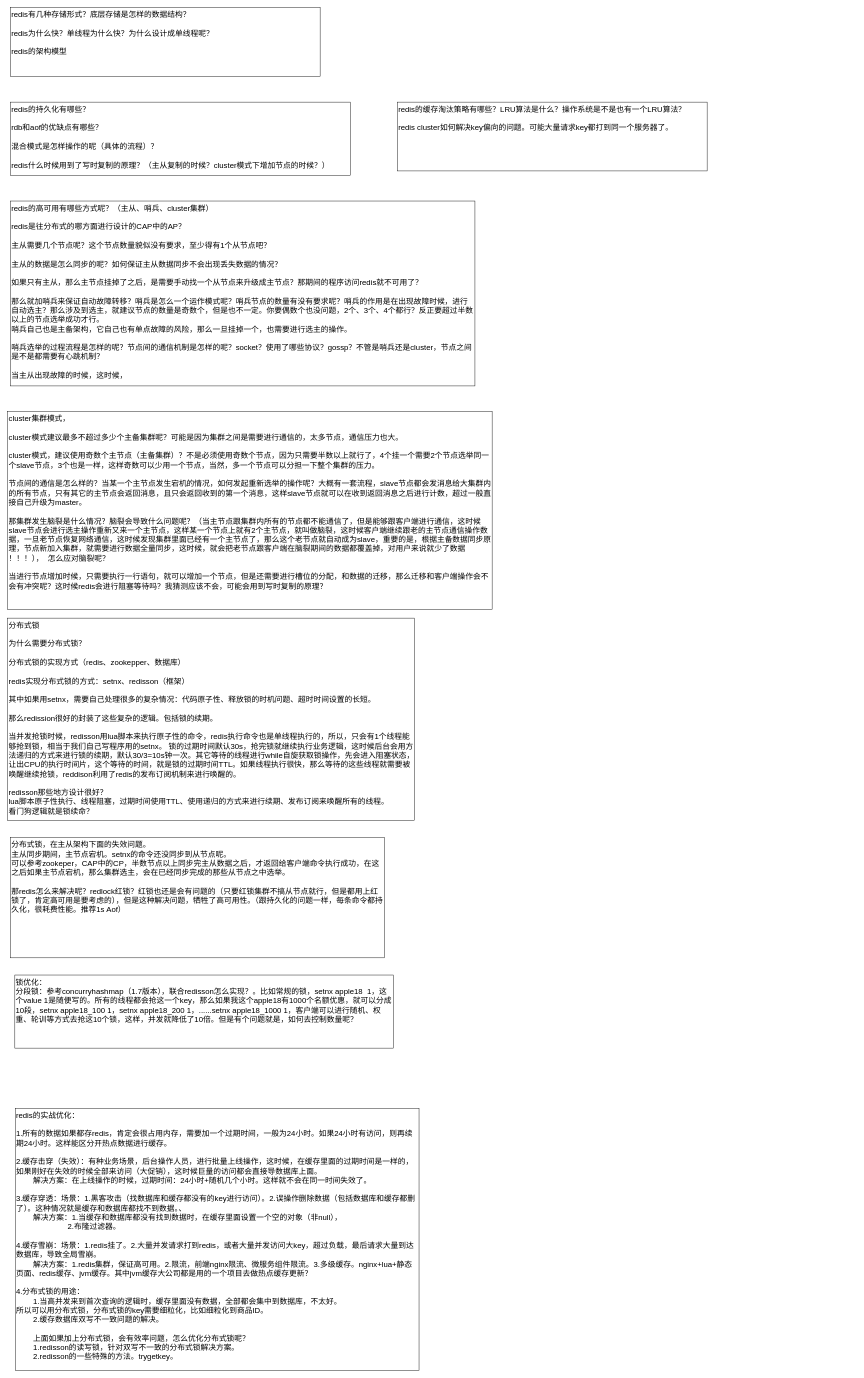
Earlier version of the draw.io diagram JAVA/Redis.drawio (KGwolf/MyDraw). Source tidied: cells renumbered, new cells numbered last; positions are measured from the earlier drawing's top-left corner, leaving out a move shared by most shapes. Both pictures are drawn from the tidied source at 43%, with x=0, y=0 at pixel (8, 7).
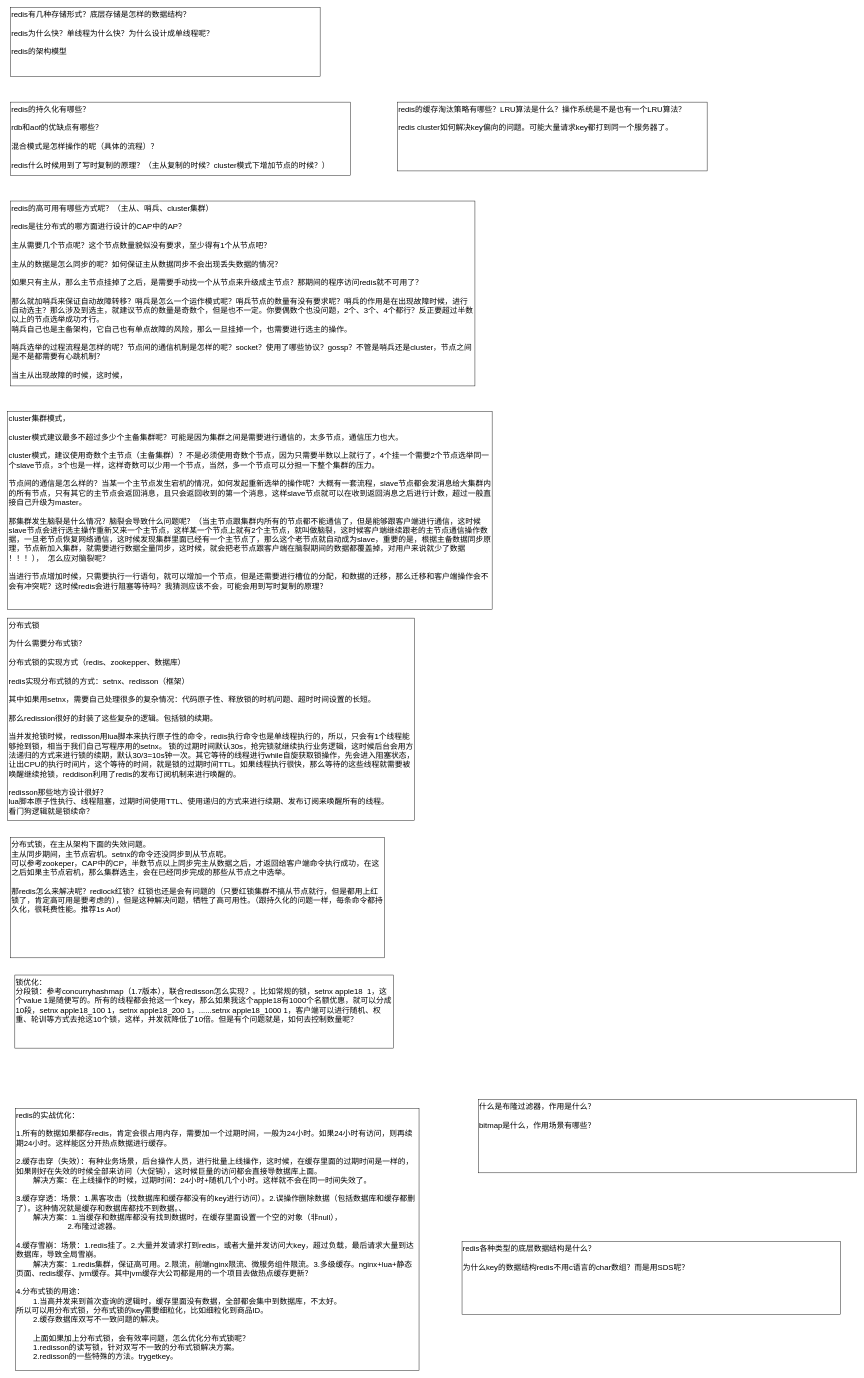
The same diagram, later.

The edit, as a diff of the source:
```diff
@@
 <mxGraphModel>
   <root>
     <mxCell id="0" />
     <mxCell id="1" parent="0" />
     <mxCell id="2" value="redis有几种存储形式？底层存储是怎样的数据结构？&lt;br&gt;&lt;br&gt;redis为什么快？单线程为什么快？为什么设计成单线程呢？&lt;br&gt;&lt;br&gt;redis的架构模型" style="rounded=0;whiteSpace=wrap;html=1;fontSize=18;align=left;verticalAlign=top;" parent="1" vertex="1">
       <mxGeometry x="6" width="720" height="160" as="geometry" />
     </mxCell>
     <mxCell id="3" value="redis的持久化有哪些？&lt;br&gt;&lt;br&gt;rdb和aof的优缺点有哪些？&lt;br&gt;&lt;br&gt;混合模式是怎样操作的呢（具体的流程）？&lt;br&gt;&lt;br&gt;redis什么时候用到了写时复制的原理？（主从复制的时候？cluster模式下增加节点的时候？）" style="rounded=0;whiteSpace=wrap;html=1;fontSize=18;align=left;verticalAlign=top;" parent="1" vertex="1">
       <mxGeometry x="6" y="220" width="790" height="170" as="geometry" />
     </mxCell>
     <mxCell id="4" value="redis的高可用有哪些方式呢？（主从、哨兵、cluster集群）&lt;br&gt;&lt;br&gt;redis是往分布式的哪方面进行设计的CAP中的AP？&lt;br&gt;&lt;br&gt;主从需要几个节点呢？这个节点数量貌似没有要求，至少得有1个从节点吧？&lt;br&gt;&lt;br&gt;主从的数据是怎么同步的呢？如何保证主从数据同步不会出现丢失数据的情况？&lt;br&gt;&lt;br&gt;如果只有主从，那么主节点挂掉了之后，是需要手动找一个从节点来升级成主节点？那期间的程序访问redis就不可用了？&lt;br&gt;&lt;br&gt;那么就加哨兵来保证自动故障转移？哨兵是怎么一个运作模式呢？哨兵节点的数量有没有要求呢？哨兵的作用是在出现故障时候，进行自动选主？那么涉及到选主，就建议节点的数量是奇数个，但是也不一定。你要偶数个也没问题，2个、3个、4个都行？反正要超过半数以上的节点选举成功才行。&lt;br&gt;哨兵自己也是主备架构，它自己也有单点故障的风险，那么一旦挂掉一个，也需要进行选主的操作。&lt;br&gt;&lt;br&gt;哨兵选举的过程流程是怎样的呢？节点间的通信机制是怎样的呢？socket？使用了哪些协议？gossp？不管是哨兵还是cluster，节点之间是不是都需要有心跳机制？&lt;br&gt;&lt;br&gt;当主从出现故障的时候，这时候，" style="rounded=0;whiteSpace=wrap;html=1;fontSize=18;align=left;verticalAlign=top;" parent="1" vertex="1">
       <mxGeometry x="6" y="450" width="1080" height="430" as="geometry" />
     </mxCell>
     <mxCell id="5" value="redis的缓存淘汰策略有哪些？LRU算法是什么？操作系统是不是也有一个LRU算法？&lt;br&gt;&lt;br&gt;redis cluster如何解决key偏向的问题。可能大量请求key都打到同一个服务器了。" style="rounded=0;whiteSpace=wrap;html=1;fontSize=18;align=left;verticalAlign=top;" parent="1" vertex="1">
       <mxGeometry x="906" y="220" width="720" height="160" as="geometry" />
     </mxCell>
     <mxCell id="6" value="cluster集群模式，&lt;br&gt;&lt;br&gt;cluster模式建议最多不超过多少个主备集群呢？可能是因为集群之间是需要进行通信的，太多节点，通信压力也大。&lt;br&gt;&lt;br&gt;cluster模式，建议使用奇数个主节点（主备集群）？不是必须使用奇数个节点，因为只需要半数以上就行了，4个挂一个需要2个节点选举同一个slave节点，3个也是一样，这样奇数可以少用一个节点，当然，多一个节点可以分担一下整个集群的压力。&lt;br&gt;&lt;br&gt;节点间的通信是怎么样的？当某一个主节点发生宕机的情况，如何发起重新选举的操作呢？大概有一套流程，slave节点都会发消息给大集群内的所有节点，只有其它的主节点会返回消息，且只会返回收到的第一个消息，这样slave节点就可以在收到返回消息之后进行计数，超过一般直接自己升级为master。&lt;br&gt;&lt;br&gt;那集群发生脑裂是什么情况？脑裂会导致什么问题呢？（当主节点跟集群内所有的节点都不能通信了，但是能够跟客户端进行通信，这时候slave节点会进行选主操作重新又来一个主节点，这样某一个节点上就有2个主节点，就叫做脑裂，这时候客户端继续跟老的主节点通信操作数据，一旦老节点恢复网络通信，这时候发现集群里面已经有一个主节点了，那么这个老节点就自动成为slave，重要的是，根据主备数据同步原理，节点新加入集群，就需要进行数据全量同步，这时候，就会把老节点跟客户端在脑裂期间的数据都覆盖掉，对用户来说就少了数据&lt;br&gt;！！！），&amp;nbsp; 怎么应对脑裂呢？&lt;br&gt;&lt;br&gt;当进行节点增加时候，只需要执行一行语句，就可以增加一个节点，但是还需要进行槽位的分配，和数据的迁移，那么迁移和客户端操作会不会有冲突呢？这时候redis会进行阻塞等待吗？我猜测应该不会，可能会用到写时复制的原理？" style="rounded=0;whiteSpace=wrap;html=1;fontSize=18;align=left;verticalAlign=top;" parent="1" vertex="1">
       <mxGeometry x="-0.5" y="940" width="1126.5" height="460" as="geometry" />
     </mxCell>
     <mxCell id="7" value="分布式锁&lt;br&gt;&lt;br&gt;为什么需要分布式锁？&lt;br&gt;&lt;br&gt;分布式锁的实现方式（redis、zookepper、数据库）&lt;br&gt;&lt;br&gt;redis实现分布式锁的方式：setnx、redisson（框架）&lt;br&gt;&lt;br&gt;其中如果用setnx，需要自己处理很多的复杂情况：代码原子性、释放锁的时机问题、超时时间设置的长短。&lt;br&gt;&lt;br&gt;那么redission很好的封装了这些复杂的逻辑。包括锁的续期。&lt;br&gt;&lt;br&gt;当并发抢锁时候，redisson用lua脚本来执行原子性的命令，redis执行命令也是单线程执行的，所以，只会有1个线程能够抢到锁，相当于我们自己写程序用的setnx。 锁的过期时间默认30s，抢完锁就继续执行业务逻辑，这时候后台会用方法递归的方式来进行锁的续期，默认30/3=10s钟一次。其它等待的线程进行while自旋获取锁操作，先会进入阻塞状态，让出CPU的执行时间片，这个等待的时间，就是锁的过期时间TTL。如果线程执行很快，那么等待的这些线程就需要被唤醒继续抢锁，reddison利用了redis的发布订阅机制来进行唤醒的。&lt;br&gt;&lt;br&gt;redisson那些地方设计很好？&lt;br&gt;lua脚本原子性执行、线程阻塞，过期时间使用TTL、使用递归的方式来进行续期、发布订阅来唤醒所有的线程。&lt;br&gt;看门狗逻辑就是锁续命？" style="rounded=0;whiteSpace=wrap;html=1;fontSize=18;align=left;verticalAlign=top;" parent="1" vertex="1">
       <mxGeometry x="-0.5" y="1420" width="946.5" height="470" as="geometry" />
     </mxCell>
     <mxCell id="8" value="分布式锁，在主从架构下面的失效问题。&lt;br&gt;主从同步期间，主节点宕机。setnx的命令还没同步到从节点呢。&lt;br&gt;可以参考zookeper，CAP中的CP，半数节点以上同步完主从数据之后，才返回给客户端命令执行成功，在这之后如果主节点宕机，那么集群选主，会在已经同步完成的那些从节点之中选举。&lt;br&gt;&lt;br&gt;那redis怎么来解决呢？redlock红锁？红锁也还是会有问题的（只要红锁集群不搞从节点就行，但是都用上红锁了，肯定高可用是要考虑的），但是这种解决问题，牺牲了高可用性。（跟持久化的问题一样，每条命令都持久化，很耗费性能。推荐1s Aof）" style="rounded=0;whiteSpace=wrap;html=1;fontSize=18;align=left;verticalAlign=top;" parent="1" vertex="1">
       <mxGeometry x="6" y="1930" width="870" height="280" as="geometry" />
     </mxCell>
     <mxCell id="9" value="锁优化：&lt;br&gt;分段锁：参考concurryhashmap（1.7版本），联合redisson怎么实现？。比如常规的锁，setnx apple18&amp;nbsp; 1，这个value 1是随便写的。所有的线程都会抢这一个key，那么如果我这个apple18有1000个名额优惠，就可以分成10段，setnx apple18_100 1，setnx apple18_200 1，......setnx apple18_1000 1，客户端可以进行随机、权重、轮训等方式去抢这10个锁，这样，并发就降低了10倍。但是有个问题就是，如何去控制数量呢？" style="rounded=0;whiteSpace=wrap;html=1;fontSize=18;align=left;verticalAlign=top;" parent="1" vertex="1">
       <mxGeometry x="16" y="2250" width="880" height="170" as="geometry" />
     </mxCell>
     <mxCell id="10" value="redis的实战优化：&lt;br&gt;&lt;br&gt;1.所有的数据如果都存redis，肯定会很占用内存，需要加一个过期时间，一般为24小时。如果24小时有访问，则再续期24小时。这样能区分开热点数据进行缓存。&lt;br&gt;&lt;br&gt;2.缓存击穿（失效）：有种业务场景，后台操作人员，进行批量上线操作，这时候，在缓存里面的过期时间是一样的，如果刚好在失效的时候全部来访问（大促销），这时候巨量的访问都会直接导数据库上面。&lt;br&gt;&lt;span style=&quot;white-space: pre;&quot;&gt;&#9;&lt;/span&gt;解决方案：在上线操作的时候，过期时间：24小时+随机几个小时。这样就不会在同一时间失效了。&lt;br&gt;&lt;br&gt;3.缓存穿透：场景：1.黑客攻击（找数据库和缓存都没有的key进行访问）。2.误操作删除数据（包括数据库和缓存都删了）。这种情况就是缓存和数据库都找不到数据。、&lt;br&gt;&lt;span style=&quot;white-space: pre;&quot;&gt;&#9;&lt;/span&gt;解决方案：1.当缓存和数据库都没有找到数据时，在缓存里面设置一个空的对象（非null），&lt;br&gt;&lt;span style=&quot;white-space: pre;&quot;&gt;&#9;&lt;/span&gt;&lt;span style=&quot;white-space: pre;&quot;&gt;&#9;&lt;/span&gt;&lt;span style=&quot;white-space: pre;&quot;&gt;&#9;&lt;/span&gt;2.布隆过滤器。&lt;br&gt;&lt;br&gt;4.缓存雪崩：场景：1.redis挂了。2.大量并发请求打到redis，或者大量并发访问大key，超过负载，最后请求大量到达数据库，导致全局雪崩。&lt;br&gt;&lt;span style=&quot;white-space: pre;&quot;&gt;&#9;&lt;/span&gt;解决方案：1.redis集群，保证高可用。2.限流，前端nginx限流、微服务组件限流。3.多级缓存。nginx+lua+静态页面、redis缓存、jvm缓存。其中jvm缓存大公司都是用的一个项目去做热点缓存更新？&lt;br&gt;&lt;br&gt;4.分布式锁的用途：&lt;br&gt;&lt;span style=&quot;white-space: pre;&quot;&gt;&#9;&lt;/span&gt;1.当高并发来到首次查询的逻辑时，缓存里面没有数据，全部都会集中到数据库，不太好。&lt;br&gt;所以可以用分布式锁，分布式锁的key需要细粒化，比如细粒化到商品ID。&lt;br&gt;&lt;span style=&quot;white-space: pre;&quot;&gt;&#9;&lt;/span&gt;2.缓存数据库双写不一致问题的解决。&lt;br&gt;&lt;br&gt;&lt;span style=&quot;white-space: pre;&quot;&gt;&#9;&lt;/span&gt;上面如果加上分布式锁，会有效率问题，怎么优化分布式锁呢？&lt;br&gt;&lt;span style=&quot;white-space: pre;&quot;&gt;&#9;&lt;/span&gt;1.redisson的读写锁，针对双写不一致的分布式锁解决方案。&lt;br&gt;&lt;span style=&quot;white-space: pre;&quot;&gt;&#9;&lt;/span&gt;2.redisson的一些特殊的方法。trygetkey。" style="rounded=0;whiteSpace=wrap;html=1;fontSize=18;align=left;verticalAlign=top;" parent="1" vertex="1">
       <mxGeometry x="17" y="2560" width="939" height="610" as="geometry" />
     </mxCell>
+    <mxCell id="11" value="什么是布隆过滤器，作用是什么？&lt;br&gt;&lt;br&gt;bitmap是什么，作用场景有哪些？&lt;br&gt;" style="rounded=0;whiteSpace=wrap;html=1;fontSize=18;align=left;verticalAlign=top;" parent="1" vertex="1">
+      <mxGeometry x="1094" y="2540" width="880" height="170" as="geometry" />
+    </mxCell>
+    <mxCell id="12" value="redis各种类型的底层数据结构是什么？&lt;br&gt;&lt;br&gt;为什么key的数据结构redis不用c语言的char数组？而是用SDS呢？" style="rounded=0;whiteSpace=wrap;html=1;fontSize=18;align=left;verticalAlign=top;" parent="1" vertex="1">
+      <mxGeometry x="1056" y="2870" width="880" height="170" as="geometry" />
+    </mxCell>
   </root>
 </mxGraphModel>
```
